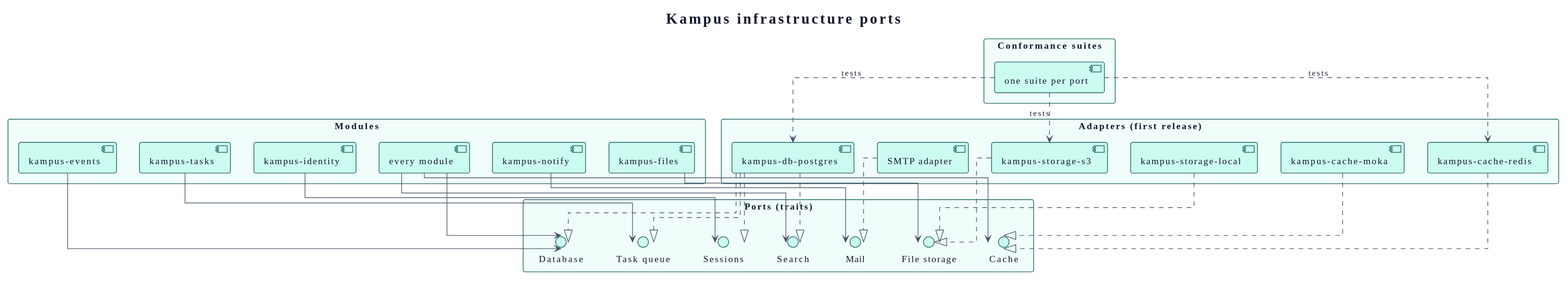
Earlier version of the PlantUML export docs/03-design/ports/ports.svg (didactika/kampus). The source it was exported from:
```plantuml
@startuml
!theme plain
skinparam backgroundColor #FFFFFF
skinparam defaultFontName Verdana
skinparam defaultFontSize 14
skinparam defaultFontColor #0F172A
skinparam shadowing false
skinparam packageStyle rectangle
skinparam ArrowFontSize 12
skinparam ClassAttributeIconSize 0
skinparam roundCorner 6
skinparam ArrowColor #475569
skinparam ArrowFontColor #0F172A
skinparam NoteBackgroundColor #ECFEFF
skinparam NoteBorderColor #115E59
skinparam NoteFontColor #0F172A
skinparam class {
  BackgroundColor #CCFBF1
  BorderColor #115E59
  FontColor #0F172A
}
skinparam entity {
  BackgroundColor #CCFBF1
  BorderColor #115E59
  FontColor #0F172A
}
skinparam participant {
  BackgroundColor #CCFBF1
  BorderColor #115E59
  FontColor #0F172A
}
skinparam actor {
  BackgroundColor #CCFBF1
  BorderColor #115E59
  FontColor #0F172A
}
skinparam database {
  BackgroundColor #CCFBF1
  BorderColor #115E59
  FontColor #0F172A
}
skinparam component {
  BackgroundColor #CCFBF1
  BorderColor #115E59
  FontColor #0F172A
}
skinparam node {
  BackgroundColor #CCFBF1
  BorderColor #115E59
  FontColor #0F172A
}
skinparam usecase {
  BackgroundColor #CCFBF1
  BorderColor #115E59
  FontColor #0F172A
}
skinparam interface {
  BackgroundColor #CCFBF1
  BorderColor #115E59
  FontColor #0F172A
}
skinparam state {
  BackgroundColor #CCFBF1
  BorderColor #115E59
  FontColor #0F172A
  StartColor #475569
  EndColor #475569
  ArrowColor #475569
}
skinparam package {
  BackgroundColor #F0FDFA
  BorderColor #115E59
  FontColor #0F172A
}
skinparam sequence {
  LifeLineBorderColor #475569
  LifeLineBackgroundColor #CCFBF1
  ArrowColor #475569
  GroupBorderColor #115E59
  GroupBackgroundColor #F0FDFA
}
skinparam package<<level1>> {
  BackgroundColor #DBEAFE
  BorderColor #115E59
  FontColor #0F172A
}
skinparam package<<level2>> {
  BackgroundColor #E0F2FE
  BorderColor #115E59
  FontColor #0F172A
}
skinparam package<<level3>> {
  BackgroundColor #F1F5F9
  BorderColor #115E59
  FontColor #0F172A
}
skinparam package<<level4>> {
  BackgroundColor #F8FAFC
  BorderColor #115E59
  FontColor #0F172A
}
hide <<level1>> stereotype
hide <<level2>> stereotype
hide <<level3>> stereotype
hide <<level4>> stereotype
skinparam linetype ortho
title Kampus infrastructure ports

package "Modules" {
  [kampus-files] as files
  [kampus-events] as events
  [kampus-tasks] as tasks
  [kampus-identity] as identity
  [kampus-notify] as notify
  [every module] as mods
}

package "Ports (traits)" {
  interface "Database" as DB
  interface "File storage" as ST
  interface "Cache" as CA
  interface "Sessions" as SE
  interface "Task queue" as TQ
  interface "Search" as SR
  interface "Mail" as MA
}

package "Adapters (first release)" {
  [kampus-db-postgres] as pg
  [kampus-storage-local] as loc
  [kampus-storage-s3] as s3
  [kampus-cache-moka] as moka
  [kampus-cache-redis] as redis
  [SMTP adapter] as smtp
}

package "Conformance suites" {
  [one suite per port] as suite
}

mods --> DB
mods --> CA
mods --> SR
files --> ST
events --> DB
tasks --> TQ
identity --> SE
notify --> MA

pg ..|> DB
pg ..|> SE
pg ..|> TQ
pg ..|> SR
loc ..|> ST
s3 ..|> ST
moka ..|> CA
redis ..|> CA
smtp ..|> MA

suite ..> pg : tests
suite ..> s3 : tests
suite ..> redis : tests
@enduml
```
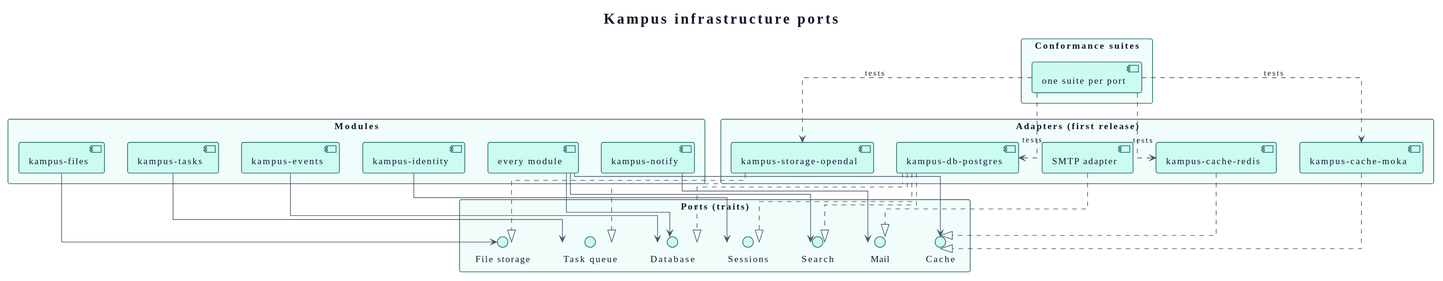
After the change.

Diff of the diagram source:
```diff
@@ -127,8 +127,7 @@
 
 package "Adapters (first release)" {
   [kampus-db-postgres] as pg
-  [kampus-storage-local] as loc
-  [kampus-storage-s3] as s3
+  [kampus-storage-opendal] as dal
   [kampus-cache-moka] as moka
   [kampus-cache-redis] as redis
   [SMTP adapter] as smtp
@@ -151,13 +150,13 @@
 pg ..|> SE
 pg ..|> TQ
 pg ..|> SR
-loc ..|> ST
-s3 ..|> ST
+dal ..|> ST
 moka ..|> CA
 redis ..|> CA
 smtp ..|> MA
 
 suite ..> pg : tests
-suite ..> s3 : tests
+suite ..> dal : tests
+suite ..> moka : tests
 suite ..> redis : tests
 @enduml
```
